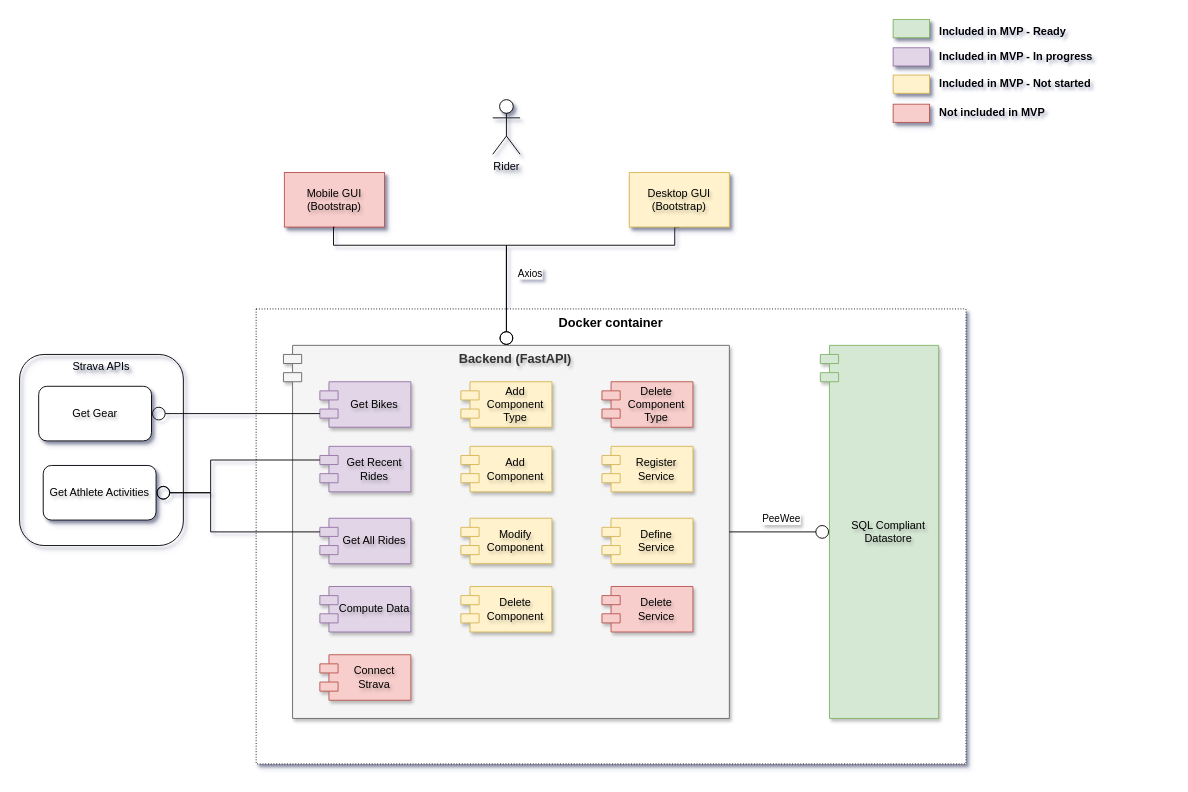
This is page "Application architecture" (1 of 5) of docs/all_diagrams.drawio from xivind/velo-supervisor-2000, a draw.io file, before an edit. Source tidied: cells renumbered, new cells numbered last; positions are measured from the earlier drawing's top-left corner, leaving out a move shared by most shapes. Both pictures are drawn from the tidied source at 91%, with x=0, y=0 at pixel (19, 17).
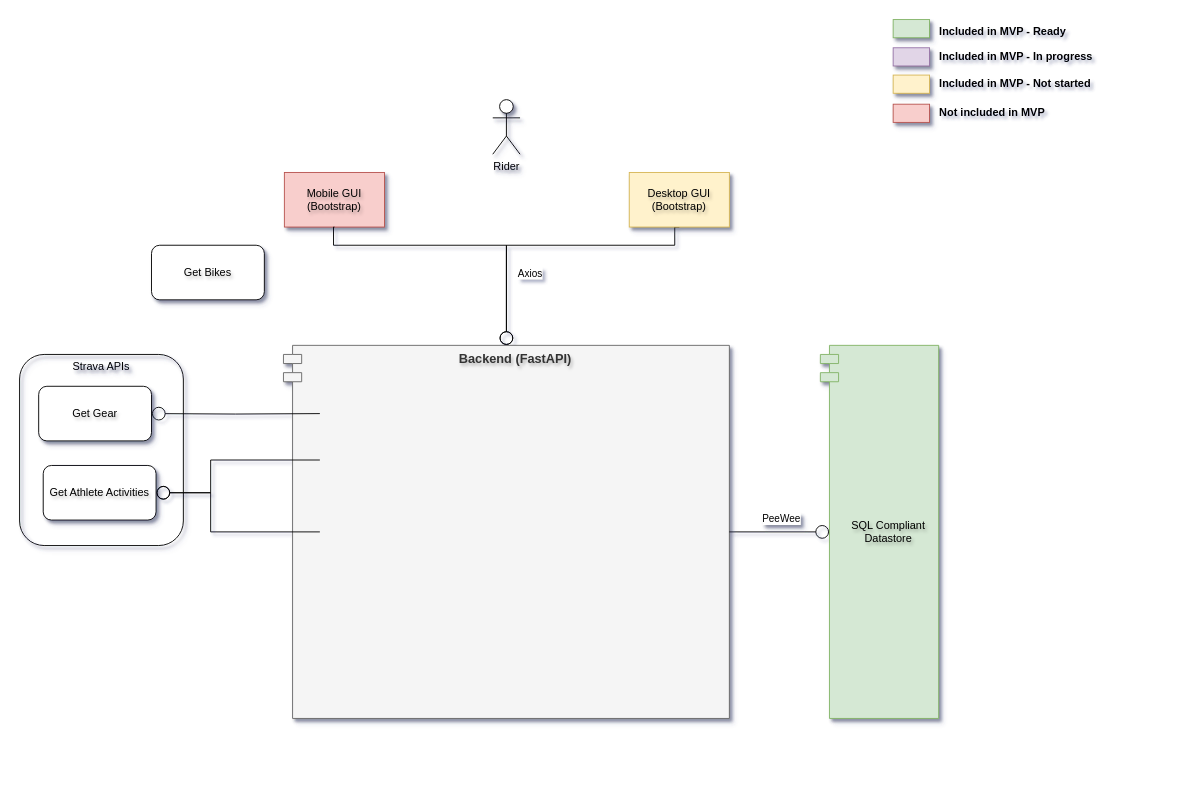
The same page after the edit.

Unchanged cells that the change refers to:
```xml
<mxCell id="21" value="Get Gear" style="rounded=1;whiteSpace=wrap;html=1;textShadow=1;shadow=1;verticalAlign=middle;" parent="1" vertex="1">
  <mxGeometry x="21" y="405" width="124" height="60" as="geometry" />
</mxCell>
<mxCell id="22" value="Get Athlete Activities" style="rounded=1;whiteSpace=wrap;html=1;textShadow=1;shadow=1;verticalAlign=middle;" parent="1" vertex="1">
  <mxGeometry x="26" y="492" width="124" height="60" as="geometry" />
</mxCell>
```

The edit, as a diff of the source:
```diff
@@
-    <mxCell id="2" value="&lt;b style=&quot;font-size: 14px;&quot;&gt;Docker container&lt;/b&gt;" style="rounded=0;whiteSpace=wrap;html=1;dashed=1;shadow=1;verticalAlign=top;fontSize=14;dashPattern=1 2;" parent="1" vertex="1">
-      <mxGeometry x="260" y="320" width="780" height="500" as="geometry" />
-    </mxCell>
@@
-    <mxCell id="8" style="ellipse;whiteSpace=wrap;html=1;align=center;fillColor=none;strokeColor=none;perimeter=centerPerimeter;textShadow=1;" parent="1" vertex="1">
-      <mxGeometry x="440" y="460" width="10" height="10" as="geometry" />
-    </mxCell>
@@
-    <mxCell id="10" value="Get Bikes" style="shape=module;align=left;spacingLeft=20;align=center;verticalAlign=middle;whiteSpace=wrap;html=1;fillColor=#e1d5e7;strokeColor=#9673a6;textShadow=1;shadow=1;" parent="1" vertex="1">
-      <mxGeometry x="330" y="400" width="100" height="50" as="geometry" />
-    </mxCell>
@@
-    <mxCell id="12" style="edgeStyle=orthogonalEdgeStyle;rounded=0;jettySize=auto;html=1;endArrow=circle;endFill=0;textShadow=1;exitX=0;exitY=0;exitDx=0;exitDy=35;exitPerimeter=0;" parent="1" edge="1" source="10" target="21">
-      <mxGeometry relative="1" as="geometry" />
+    <mxCell id="12" style="edgeStyle=orthogonalEdgeStyle;rounded=0;jettySize=auto;html=1;endArrow=circle;endFill=0;textShadow=1;exitX=0;exitY=0;exitDx=0;exitDy=35;exitPerimeter=0;" parent="1" edge="1" target="21">
+      <mxGeometry relative="1" as="geometry">
+        <mxPoint x="330" y="435" as="sourcePoint" />
+      </mxGeometry>
     </mxCell>
-    <mxCell id="13" value="Add Component Type" style="shape=module;align=left;spacingLeft=20;align=center;verticalAlign=middle;whiteSpace=wrap;html=1;fillColor=#fff2cc;strokeColor=#d6b656;textShadow=1;shadow=1;" parent="1" vertex="1">
-      <mxGeometry x="485" y="400" width="100" height="50" as="geometry" />
-    </mxCell>
-    <mxCell id="14" value="Define Service" style="shape=module;align=left;spacingLeft=20;align=center;verticalAlign=middle;whiteSpace=wrap;html=1;fillColor=#fff2cc;strokeColor=#d6b656;textShadow=1;shadow=1;" parent="1" vertex="1">
-      <mxGeometry x="640" y="550" width="100" height="50" as="geometry" />
-    </mxCell>
-    <mxCell id="15" value="Get Recent Rides" style="shape=module;align=left;spacingLeft=20;align=center;verticalAlign=middle;whiteSpace=wrap;html=1;fillColor=#e1d5e7;strokeColor=#9673a6;textShadow=1;shadow=1;" parent="1" vertex="1">
-      <mxGeometry x="330" y="471" width="100" height="50" as="geometry" />
-    </mxCell>
-    <mxCell id="16" value="Add Component" style="shape=module;align=left;spacingLeft=20;align=center;verticalAlign=middle;whiteSpace=wrap;html=1;fillColor=#fff2cc;strokeColor=#d6b656;textShadow=1;shadow=1;" parent="1" vertex="1">
-      <mxGeometry x="485" y="471" width="100" height="50" as="geometry" />
-    </mxCell>
-    <mxCell id="17" value="Register Service" style="shape=module;align=left;spacingLeft=20;align=center;verticalAlign=middle;whiteSpace=wrap;html=1;fillColor=#fff2cc;strokeColor=#d6b656;textShadow=1;shadow=1;" parent="1" vertex="1">
-      <mxGeometry x="640" y="471" width="100" height="50" as="geometry" />
-    </mxCell>
-    <mxCell id="18" value="Get All Rides" style="shape=module;align=left;spacingLeft=20;align=center;verticalAlign=middle;whiteSpace=wrap;html=1;fillColor=#e1d5e7;strokeColor=#9673a6;textShadow=1;shadow=1;" parent="1" vertex="1">
-      <mxGeometry x="330" y="550" width="100" height="50" as="geometry" />
-    </mxCell>
-    <mxCell id="19" value="Modify Component" style="shape=module;align=left;spacingLeft=20;align=center;verticalAlign=middle;whiteSpace=wrap;html=1;fillColor=#fff2cc;strokeColor=#d6b656;textShadow=1;shadow=1;" parent="1" vertex="1">
-      <mxGeometry x="485" y="550" width="100" height="50" as="geometry" />
-    </mxCell>
-    <mxCell id="20" value="Delete Component" style="shape=module;align=left;spacingLeft=20;align=center;verticalAlign=middle;whiteSpace=wrap;html=1;fillColor=#fff2cc;strokeColor=#d6b656;textShadow=1;shadow=1;" parent="1" vertex="1">
-      <mxGeometry x="485" y="625" width="100" height="50" as="geometry" />
-    </mxCell>
@@
-    <mxCell id="23" style="edgeStyle=orthogonalEdgeStyle;rounded=0;jettySize=auto;html=1;endArrow=circle;endFill=0;textShadow=1;exitX=0;exitY=0;exitDx=0;exitDy=15;exitPerimeter=0;" parent="1" edge="1" source="15" target="22">
+    <mxCell id="23" style="edgeStyle=orthogonalEdgeStyle;rounded=0;jettySize=auto;html=1;endArrow=circle;endFill=0;textShadow=1;exitX=0;exitY=0;exitDx=0;exitDy=15;exitPerimeter=0;" parent="1" edge="1" target="22">
       <mxGeometry relative="1" as="geometry">
+        <mxPoint x="330" y="486" as="sourcePoint" />
         <Array as="points">
           <mxPoint x="210" y="486" />
           <mxPoint x="210" y="522" />
         </Array>
       </mxGeometry>
     </mxCell>
-    <mxCell id="24" style="edgeStyle=orthogonalEdgeStyle;rounded=0;jettySize=auto;html=1;endArrow=circle;endFill=0;textShadow=1;exitX=0;exitY=0;exitDx=0;exitDy=15;exitPerimeter=0;entryX=1;entryY=0.5;entryDx=0;entryDy=0;" parent="1" edge="1" source="18" target="22">
+    <mxCell id="24" style="edgeStyle=orthogonalEdgeStyle;rounded=0;jettySize=auto;html=1;endArrow=circle;endFill=0;textShadow=1;exitX=0;exitY=0;exitDx=0;exitDy=15;exitPerimeter=0;entryX=1;entryY=0.5;entryDx=0;entryDy=0;" parent="1" edge="1" target="22">
       <mxGeometry relative="1" as="geometry">
+        <mxPoint x="330" y="565" as="sourcePoint" />
         <Array as="points">
           <mxPoint x="210" y="565" />
           <mxPoint x="210" y="522" />
         </Array>
       </mxGeometry>
     </mxCell>
@@
-    <mxCell id="37" value="Compute Data" style="shape=module;align=left;spacingLeft=20;align=center;verticalAlign=middle;whiteSpace=wrap;html=1;fillColor=#e1d5e7;strokeColor=#9673a6;textShadow=1;shadow=1;" parent="1" vertex="1">
-      <mxGeometry x="330" y="625" width="100" height="50" as="geometry" />
-    </mxCell>
-    <mxCell id="38" value="Delete Component Type" style="shape=module;align=left;spacingLeft=20;align=center;verticalAlign=middle;whiteSpace=wrap;html=1;fillColor=#f8cecc;strokeColor=#b85450;textShadow=1;shadow=1;" parent="1" vertex="1">
-      <mxGeometry x="640" y="400" width="100" height="50" as="geometry" />
-    </mxCell>
-    <mxCell id="39" value="Delete Service" style="shape=module;align=left;spacingLeft=20;align=center;verticalAlign=middle;whiteSpace=wrap;html=1;fillColor=#f8cecc;strokeColor=#b85450;textShadow=1;shadow=1;" parent="1" vertex="1">
-      <mxGeometry x="640" y="625" width="100" height="50" as="geometry" />
-    </mxCell>
-    <mxCell id="40" value="Connect Strava" style="shape=module;align=left;spacingLeft=20;align=center;verticalAlign=middle;whiteSpace=wrap;html=1;fillColor=#f8cecc;strokeColor=#b85450;textShadow=1;shadow=1;" parent="1" vertex="1">
-      <mxGeometry x="330" y="700" width="100" height="50" as="geometry" />
-    </mxCell>
+    <mxCell id="10" value="Get Bikes" style="rounded=1;whiteSpace=wrap;html=1;textShadow=1;shadow=1;verticalAlign=middle;" parent="1" vertex="1">
+      <mxGeometry x="145" y="250" width="124" height="60" as="geometry" />
+    </mxCell>
```
